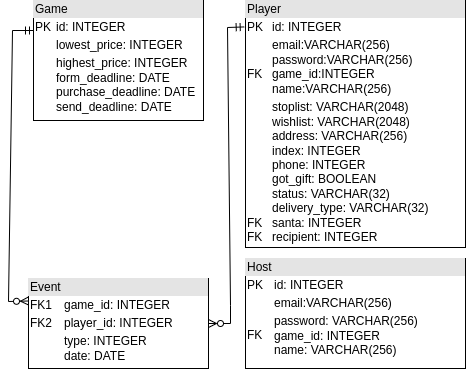
This is assets/sql.png from moevm/nosql2h24-secret-santa, a draw.io export, as it was before one commit. Source tidied: cells renumbered, new cells last; positions are measured from the earlier drawing's top-left corner, leaving out a move shared by most shapes.
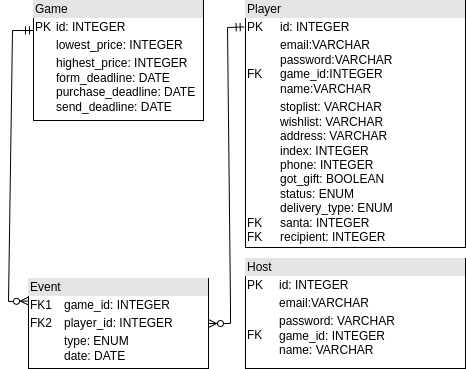
After the change.

What changed in the source:
```diff
@@ -2,10 +2,10 @@
   <root>
     <mxCell id="0" />
     <mxCell id="1" parent="0" />
-    <mxCell id="2" value="&lt;div style=&quot;box-sizing:border-box;width:100%;background:#e4e4e4;padding:2px;&quot;&gt;Host&lt;/div&gt;&lt;table style=&quot;width:100%;font-size:1em;&quot; cellpadding=&quot;2&quot; cellspacing=&quot;0&quot;&gt;&lt;tbody&gt;&lt;tr&gt;&lt;td&gt;PK&lt;br&gt;&lt;/td&gt;&lt;td&gt;id: INTEGER&lt;/td&gt;&lt;/tr&gt;&lt;tr&gt;&lt;td&gt;&lt;/td&gt;&lt;td&gt;email:VARCHAR(256)&lt;/td&gt;&lt;/tr&gt;&lt;tr&gt;&lt;td&gt;FK&lt;/td&gt;&lt;td&gt;password: VARCHAR(256)&lt;br&gt;game_id: INTEGER&lt;br&gt;name: VARCHAR(256)&lt;/td&gt;&lt;/tr&gt;&lt;/tbody&gt;&lt;/table&gt;" style="verticalAlign=top;align=left;overflow=fill;html=1;" parent="1" vertex="1">
+    <mxCell id="2" value="&lt;div style=&quot;box-sizing:border-box;width:100%;background:#e4e4e4;padding:2px;&quot;&gt;Host&lt;/div&gt;&lt;table style=&quot;width:100%;font-size:1em;&quot; cellpadding=&quot;2&quot; cellspacing=&quot;0&quot;&gt;&lt;tbody&gt;&lt;tr&gt;&lt;td&gt;PK&lt;br&gt;&lt;/td&gt;&lt;td&gt;id: INTEGER&lt;/td&gt;&lt;/tr&gt;&lt;tr&gt;&lt;td&gt;&lt;/td&gt;&lt;td&gt;email:VARCHAR&lt;/td&gt;&lt;/tr&gt;&lt;tr&gt;&lt;td&gt;FK&lt;/td&gt;&lt;td&gt;password: VARCHAR&lt;br&gt;game_id: INTEGER&lt;br&gt;name: VARCHAR&lt;/td&gt;&lt;/tr&gt;&lt;/tbody&gt;&lt;/table&gt;" style="verticalAlign=top;align=left;overflow=fill;html=1;" parent="1" vertex="1">
       <mxGeometry x="237" y="258" width="220" height="110" as="geometry" />
     </mxCell>
-    <mxCell id="3" value="&lt;div style=&quot;box-sizing:border-box;width:100%;background:#e4e4e4;padding:2px;&quot;&gt;Player&lt;/div&gt;&lt;table style=&quot;width:100%;font-size:1em;&quot; cellpadding=&quot;2&quot; cellspacing=&quot;0&quot;&gt;&lt;tbody&gt;&lt;tr&gt;&lt;td&gt;PK&lt;br&gt;&lt;/td&gt;&lt;td&gt;id: INTEGER&lt;/td&gt;&lt;/tr&gt;&lt;tr&gt;&lt;td&gt;&lt;br&gt;FK&lt;/td&gt;&lt;td&gt;email:VARCHAR(256)&lt;br&gt;password:VARCHAR(256)&lt;br&gt;game_id:INTEGER&lt;br&gt;name:VARCHAR(256)&lt;/td&gt;&lt;/tr&gt;&lt;tr&gt;&lt;td&gt;&lt;br&gt;&lt;br&gt;&lt;br&gt;&lt;br&gt;&lt;br&gt;&lt;br&gt;&lt;br&gt;&lt;br&gt;FK&lt;br&gt;FK&lt;/td&gt;&lt;td&gt;stoplist: VARCHAR(2048)&lt;br&gt;wishlist: VARCHAR(2048)&lt;br&gt;address: VARCHAR(256)&lt;br&gt;index: INTEGER&lt;br&gt;phone: INTEGER&lt;br&gt;got_gift: BOOLEAN&lt;br&gt;status: VARCHAR(32)&lt;br&gt;delivery_type: VARCHAR(32)&lt;br&gt;santa: INTEGER&lt;br&gt;recipient: INTEGER&lt;/td&gt;&lt;/tr&gt;&lt;/tbody&gt;&lt;/table&gt;" style="verticalAlign=top;align=left;overflow=fill;html=1;" parent="1" vertex="1">
+    <mxCell id="3" value="&lt;div style=&quot;box-sizing:border-box;width:100%;background:#e4e4e4;padding:2px;&quot;&gt;Player&lt;/div&gt;&lt;table style=&quot;width:100%;font-size:1em;&quot; cellpadding=&quot;2&quot; cellspacing=&quot;0&quot;&gt;&lt;tbody&gt;&lt;tr&gt;&lt;td&gt;PK&lt;br&gt;&lt;/td&gt;&lt;td&gt;id: INTEGER&lt;/td&gt;&lt;/tr&gt;&lt;tr&gt;&lt;td&gt;&lt;br&gt;FK&lt;/td&gt;&lt;td&gt;email:VARCHAR&lt;br&gt;password:VARCHAR&lt;br&gt;game_id:INTEGER&lt;br&gt;name:VARCHAR&lt;/td&gt;&lt;/tr&gt;&lt;tr&gt;&lt;td&gt;&lt;br&gt;&lt;br&gt;&lt;br&gt;&lt;br&gt;&lt;br&gt;&lt;br&gt;&lt;br&gt;&lt;br&gt;FK&lt;br&gt;FK&lt;/td&gt;&lt;td&gt;stoplist: VARCHAR&lt;br&gt;wishlist: VARCHAR&lt;br&gt;address: VARCHAR&lt;br&gt;index: INTEGER&lt;br&gt;phone: INTEGER&lt;br&gt;got_gift: BOOLEAN&lt;br&gt;status: ENUM&lt;br&gt;delivery_type: ENUM&lt;br&gt;santa: INTEGER&lt;br&gt;recipient: INTEGER&lt;/td&gt;&lt;/tr&gt;&lt;/tbody&gt;&lt;/table&gt;" style="verticalAlign=top;align=left;overflow=fill;html=1;" parent="1" vertex="1">
       <mxGeometry x="237" width="220" height="247" as="geometry" />
     </mxCell>
     <mxCell id="4" style="edgeStyle=none;html=1;entryX=-0.006;entryY=0.107;entryDx=0;entryDy=0;startArrow=ERzeroToMany;startFill=0;endArrow=ERmandOne;endFill=0;rounded=0;exitX=1;exitY=0.5;exitDx=0;exitDy=0;entryPerimeter=0;" parent="1" edge="1" source="6" target="3">
@@ -25,7 +25,7 @@
         </Array>
       </mxGeometry>
     </mxCell>
-    <mxCell id="6" value="&lt;div style=&quot;box-sizing:border-box;width:100%;background:#e4e4e4;padding:2px;&quot;&gt;Event&lt;/div&gt;&lt;table style=&quot;width:100%;font-size:1em;&quot; cellpadding=&quot;2&quot; cellspacing=&quot;0&quot;&gt;&lt;tbody&gt;&lt;tr&gt;&lt;td&gt;FK1&lt;/td&gt;&lt;td&gt;game_id: INTEGER&lt;/td&gt;&lt;/tr&gt;&lt;tr&gt;&lt;td&gt;FK2&lt;/td&gt;&lt;td&gt;player_id: INTEGER&lt;/td&gt;&lt;/tr&gt;&lt;tr&gt;&lt;td&gt;&lt;/td&gt;&lt;td&gt;type: INTEGER&lt;br&gt;date: DATE&lt;/td&gt;&lt;/tr&gt;&lt;/tbody&gt;&lt;/table&gt;" style="verticalAlign=top;align=left;overflow=fill;html=1;" parent="1" vertex="1">
+    <mxCell id="6" value="&lt;div style=&quot;box-sizing:border-box;width:100%;background:#e4e4e4;padding:2px;&quot;&gt;Event&lt;/div&gt;&lt;table style=&quot;width:100%;font-size:1em;&quot; cellpadding=&quot;2&quot; cellspacing=&quot;0&quot;&gt;&lt;tbody&gt;&lt;tr&gt;&lt;td&gt;FK1&lt;/td&gt;&lt;td&gt;game_id: INTEGER&lt;/td&gt;&lt;/tr&gt;&lt;tr&gt;&lt;td&gt;FK2&lt;/td&gt;&lt;td&gt;player_id: INTEGER&lt;/td&gt;&lt;/tr&gt;&lt;tr&gt;&lt;td&gt;&lt;/td&gt;&lt;td&gt;type: ENUM&lt;br&gt;date: DATE&lt;/td&gt;&lt;/tr&gt;&lt;/tbody&gt;&lt;/table&gt;" style="verticalAlign=top;align=left;overflow=fill;html=1;" parent="1" vertex="1">
       <mxGeometry x="20" y="278" width="180" height="90" as="geometry" />
     </mxCell>
     <mxCell id="7" value="&lt;div style=&quot;box-sizing:border-box;width:100%;background:#e4e4e4;padding:2px;&quot;&gt;Game&lt;/div&gt;&lt;table style=&quot;width:100%;font-size:1em;&quot; cellpadding=&quot;2&quot; cellspacing=&quot;0&quot;&gt;&lt;tbody&gt;&lt;tr&gt;&lt;td&gt;PK&lt;/td&gt;&lt;td&gt;id: INTEGER&lt;/td&gt;&lt;/tr&gt;&lt;tr&gt;&lt;td&gt;&lt;br&gt;&lt;/td&gt;&lt;td&gt;lowest_price: INTEGER&lt;/td&gt;&lt;/tr&gt;&lt;tr&gt;&lt;td&gt;&lt;/td&gt;&lt;td&gt;highest_price: INTEGER&lt;br&gt;form_deadline: DATE&lt;br&gt;purchase_deadline: DATE&lt;br&gt;send_deadline: DATE&lt;/td&gt;&lt;/tr&gt;&lt;/tbody&gt;&lt;/table&gt;" style="verticalAlign=top;align=left;overflow=fill;html=1;" parent="1" vertex="1">
```
